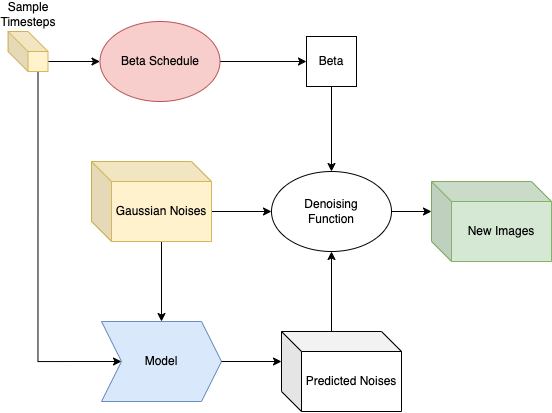
Above: assets/sampling_diagram.png in duongngockhanh/denoising-diffusion-pytorch (draw.io), before the change. Source tidied: cells renumbered, new cells last; positions are measured from the earlier drawing's top-left corner, leaving out a move shared by most shapes.
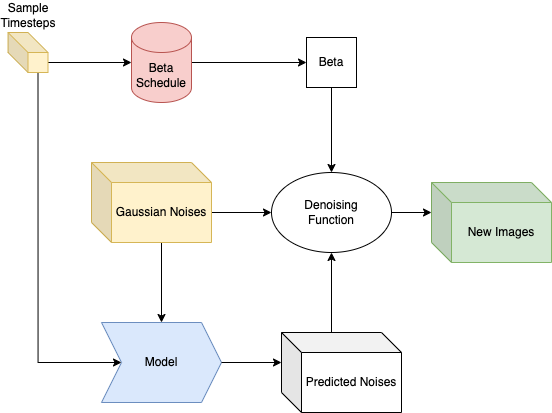
Above is the later version.

What changed in the source:
```diff
@@ -5,7 +5,7 @@
     <mxCell id="2" value="Model" style="shape=step;perimeter=stepPerimeter;whiteSpace=wrap;html=1;fixedSize=1;labelBackgroundColor=none;fillColor=#dae8fc;strokeColor=#6c8ebf;" parent="1" vertex="1">
       <mxGeometry x="94" y="300" width="120" height="80" as="geometry" />
     </mxCell>
-    <mxCell id="3" style="edgeStyle=orthogonalEdgeStyle;rounded=0;jettySize=auto;html=1;exitX=0;exitY=0;exitDx=40;exitDy=30;exitPerimeter=0;entryX=0;entryY=0.5;entryDx=0;entryDy=0;" parent="1" edge="1" source="5" target="13">
+    <mxCell id="3" style="edgeStyle=orthogonalEdgeStyle;rounded=0;jettySize=auto;html=1;exitX=0;exitY=0;exitDx=40;exitDy=30;exitPerimeter=0;entryX=0;entryY=0.5;entryDx=0;entryDy=0;entryPerimeter=0;" parent="1" edge="1" source="5" target="13">
       <mxGeometry relative="1" as="geometry" />
     </mxCell>
     <mxCell id="4" style="edgeStyle=orthogonalEdgeStyle;rounded=0;jettySize=auto;html=1;exitX=0;exitY=0;exitDx=30;exitDy=40;exitPerimeter=0;entryX=0;entryY=0.5;entryDx=0;entryDy=0;" parent="1" edge="1" source="5" target="2">
@@ -36,12 +36,9 @@
     <mxCell id="11" style="edgeStyle=orthogonalEdgeStyle;rounded=0;jettySize=auto;html=1;exitX=1;exitY=0.5;exitDx=0;exitDy=0;entryX=0;entryY=0;entryDx=0;entryDy=30;entryPerimeter=0;" parent="1" edge="1" source="2" target="10">
       <mxGeometry relative="1" as="geometry" />
     </mxCell>
-    <mxCell id="12" style="edgeStyle=orthogonalEdgeStyle;rounded=0;jettySize=auto;html=1;exitX=1;exitY=0.5;exitDx=0;exitDy=0;entryX=0;entryY=0.5;entryDx=0;entryDy=0;" parent="1" edge="1" source="13" target="15">
+    <mxCell id="12" style="edgeStyle=orthogonalEdgeStyle;rounded=0;jettySize=auto;html=1;exitX=1;exitY=0.5;exitDx=0;exitDy=0;entryX=0;entryY=0.5;entryDx=0;entryDy=0;exitPerimeter=0;" parent="1" edge="1" source="13" target="15">
       <mxGeometry relative="1" as="geometry" />
     </mxCell>
-    <mxCell id="13" value="Beta Schedule" style="ellipse;whiteSpace=wrap;html=1;fillColor=#f8cecc;strokeColor=#b85450;" parent="1" vertex="1">
-      <mxGeometry x="92.5" width="120" height="80" as="geometry" />
-    </mxCell>
     <mxCell id="14" style="edgeStyle=orthogonalEdgeStyle;rounded=0;jettySize=auto;html=1;entryX=0.5;entryY=0;entryDx=0;entryDy=0;" parent="1" edge="1" source="15" target="16">
       <mxGeometry relative="1" as="geometry" />
     </mxCell>
@@ -57,5 +54,8 @@
     <mxCell id="18" style="edgeStyle=orthogonalEdgeStyle;rounded=0;jettySize=auto;html=1;exitX=1;exitY=0.5;exitDx=0;exitDy=0;entryX=0;entryY=0;entryDx=0;entryDy=30;entryPerimeter=0;" parent="1" edge="1" source="16" target="17">
       <mxGeometry relative="1" as="geometry" />
     </mxCell>
+    <mxCell id="13" value="Beta Schedule" style="shape=cylinder3;whiteSpace=wrap;html=1;boundedLbl=1;backgroundOutline=1;size=15;fillColor=#f8cecc;strokeColor=#b85450;" parent="1" vertex="1">
+      <mxGeometry x="124" width="60" height="80" as="geometry" />
+    </mxCell>
   </root>
 </mxGraphModel>
```
